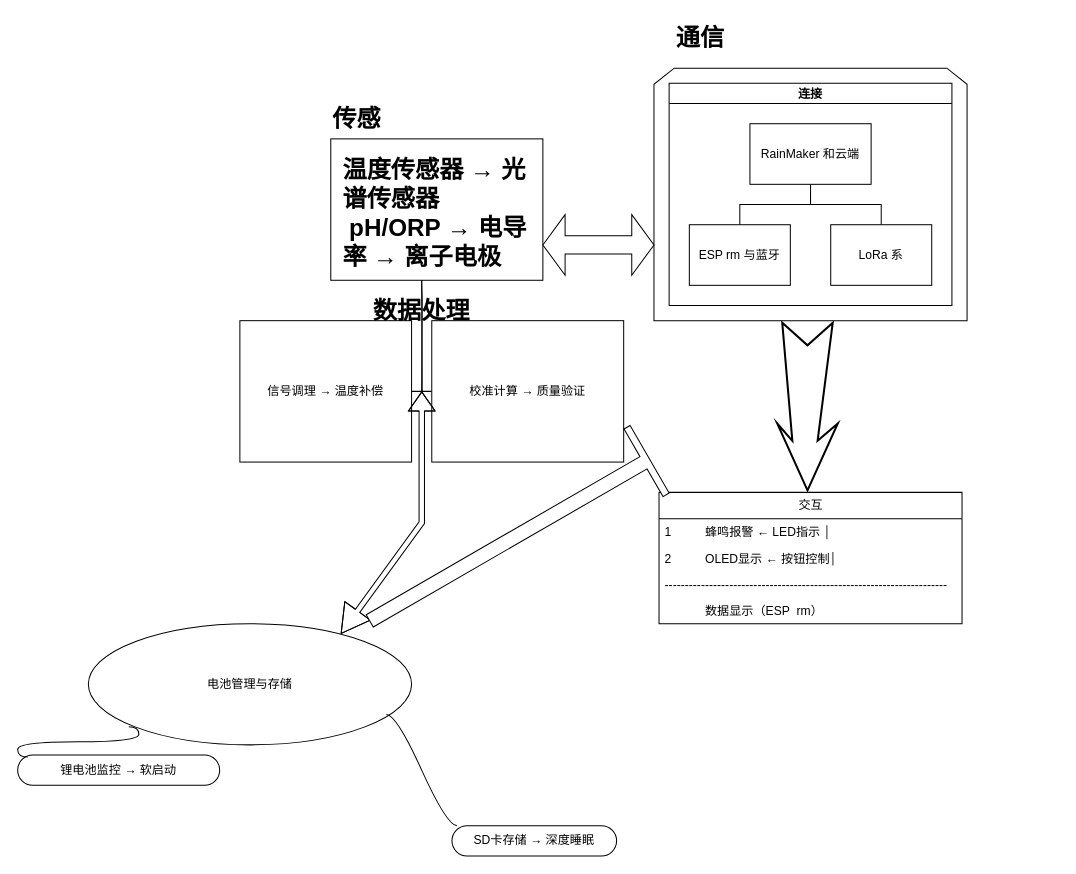
Above: 组织图水质检测.drawio in disizhuoer/disizhuoer-s-GODOWN (draw.io), before the change. Source tidied: cells renumbered, new cells numbered last; positions are measured from the earlier drawing's top-left corner, leaving out a move shared by most shapes. Both pictures are drawn from the tidied source at 101%, with x=0, y=0 at pixel (17, 17).
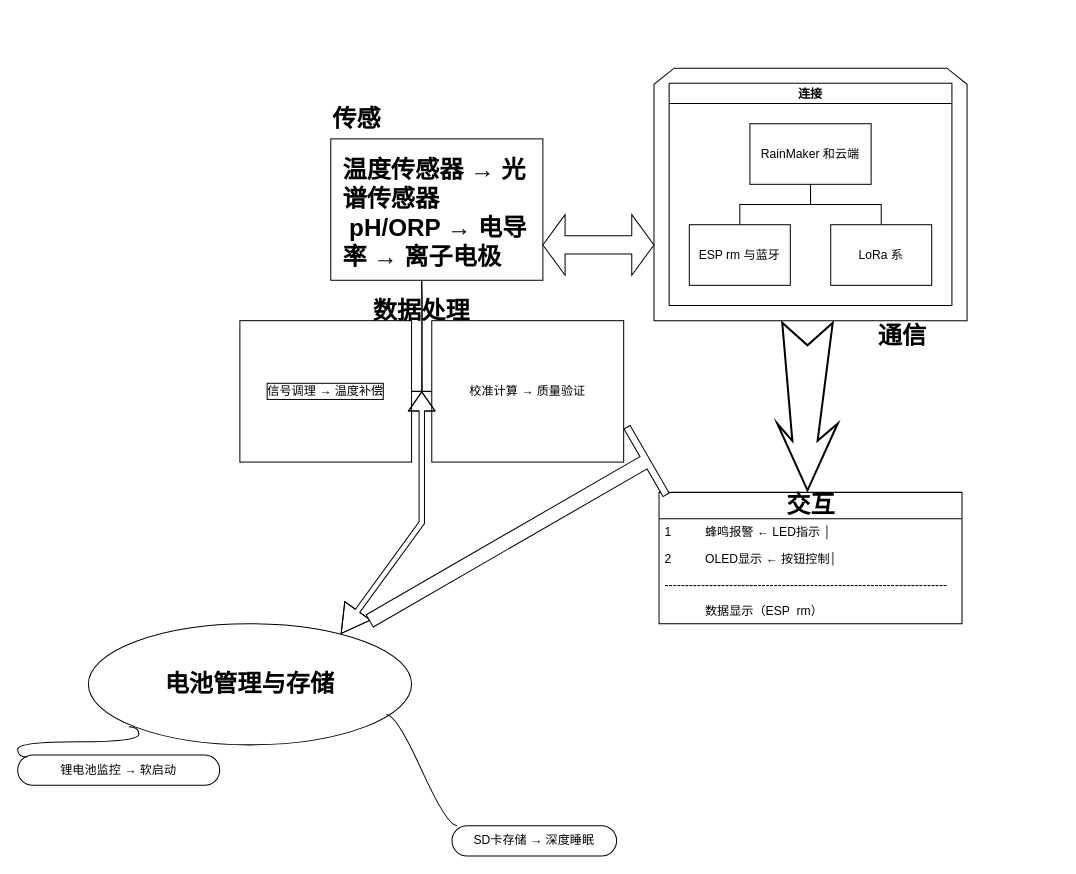
The same diagram, later.

Commit message (it also covers changes not shown here):
更新组织图水质检测.drawio

The edit, as a diff of the source:
```diff
@@
-<mxGraphModel>
+<mxGraphModel background="light-dark(#FFFFFF,#7EA6E0)">
@@
     <mxCell id="6" value="&lt;h1 style=&quot;margin-top: 0px;&quot;&gt;通信&lt;/h1&gt;" style="text;html=1;whiteSpace=wrap;overflow=hidden;rounded=0;" parent="1" vertex="1">
-      <mxGeometry x="650" width="180" height="120" as="geometry" />
+      <mxGeometry x="850" y="295" width="180" height="120" as="geometry" />
     </mxCell>
@@
-    <mxCell id="14" value="交互" style="swimlane;fontStyle=0;horizontal=1;startSize=26;fillColor=none;html=1;" parent="1" vertex="1">
+    <mxCell id="14" value="&lt;h1&gt;&lt;font face=&quot;Comic Sans MS&quot;&gt;交互&lt;/font&gt;&lt;/h1&gt;" style="swimlane;fontStyle=0;horizontal=1;startSize=26;fillColor=none;html=1;" parent="1" vertex="1">
       <mxGeometry x="635" y="470" width="300" height="130" as="geometry" />
     </mxCell>
@@
-    <mxCell id="22" value="信号调理 → 温度补偿" style="whiteSpace=wrap;html=1;align=center;verticalAlign=middle;" parent="1" vertex="1">
+    <mxCell id="22" value="信号调理 → 温度补偿" style="whiteSpace=wrap;html=1;align=center;verticalAlign=middle;labelBorderColor=light-dark(#000000,#FF0000);" parent="1" vertex="1">
       <mxGeometry x="220" y="300" width="170" height="140" as="geometry" />
     </mxCell>
@@
-    <mxCell id="25" value="电池管理与存储" style="ellipse;whiteSpace=wrap;html=1;align=center;newEdgeStyle={&quot;edgeStyle&quot;:&quot;entityRelationEdgeStyle&quot;,&quot;startArrow&quot;:&quot;none&quot;,&quot;endArrow&quot;:&quot;none&quot;,&quot;segment&quot;:10,&quot;curved&quot;:1,&quot;sourcePerimeterSpacing&quot;:0,&quot;targetPerimeterSpacing&quot;:0};" parent="1" vertex="1">
+    <mxCell id="25" value="&lt;h1&gt;&lt;b&gt;&lt;font face=&quot;Garamond&quot;&gt;电池管理与存储&lt;/font&gt;&lt;/b&gt;&lt;/h1&gt;" style="ellipse;whiteSpace=wrap;html=1;align=center;newEdgeStyle={&quot;edgeStyle&quot;:&quot;entityRelationEdgeStyle&quot;,&quot;startArrow&quot;:&quot;none&quot;,&quot;endArrow&quot;:&quot;none&quot;,&quot;segment&quot;:10,&quot;curved&quot;:1,&quot;sourcePerimeterSpacing&quot;:0,&quot;targetPerimeterSpacing&quot;:0};" parent="1" vertex="1">
       <mxGeometry x="70" y="600" width="320" height="120" as="geometry" />
     </mxCell>
```
